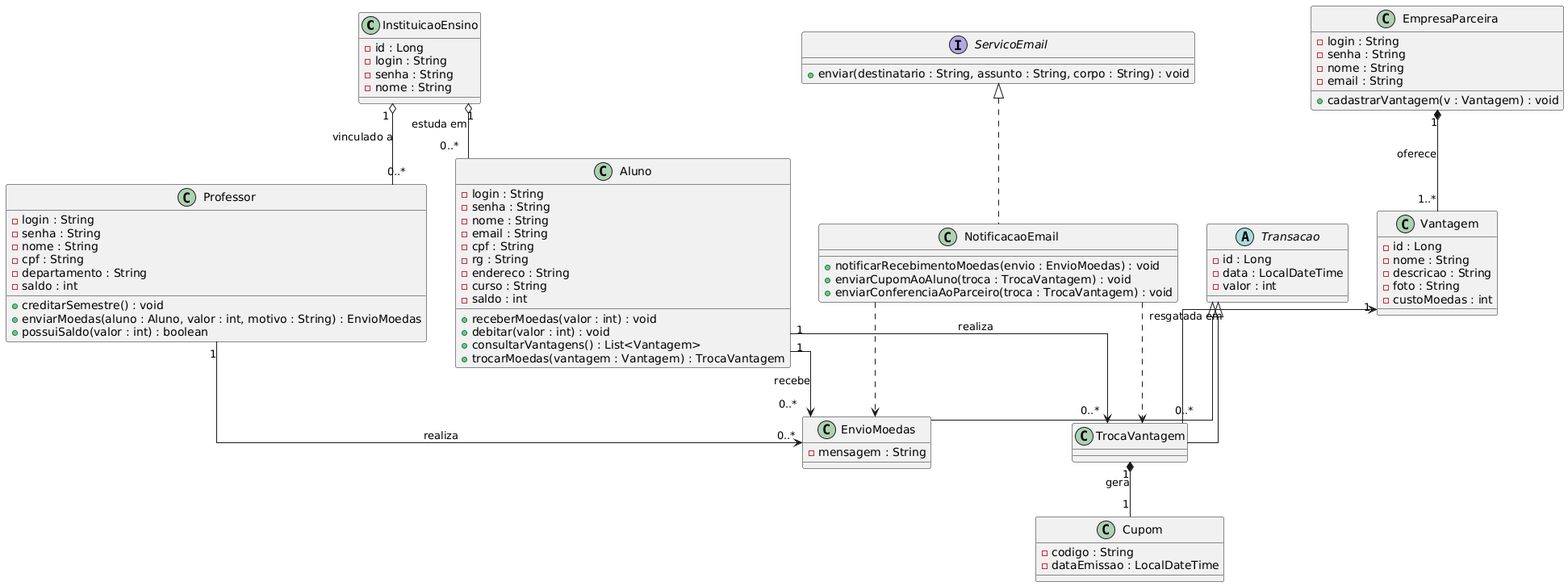
Earlier version of the PlantUML export docs/diagrama_de_classe.png (devglucas/Lab03S01---Moeda-Estudantil). Source of this version:
```plantuml
@startuml
skinparam linetype ortho

class InstituicaoEnsino {
  - id : Long
  - login : String
  - senha : String
  - nome : String
}

class Professor {
  - login : String
  - senha : String
  - nome : String
  - cpf : String
  - departamento : String
  - saldo : int
  + creditarSemestre() : void
  + enviarMoedas(aluno : Aluno, valor : int, motivo : String) : EnvioMoedas
  + possuiSaldo(valor : int) : boolean
}

class Aluno {
  - login : String
  - senha : String
  - nome : String
  - email : String
  - cpf : String
  - rg : String
  - endereco : String
  - curso : String
  - saldo : int
  + receberMoedas(valor : int) : void
  + debitar(valor : int) : void
  + consultarVantagens() : List<Vantagem>
  + trocarMoedas(vantagem : Vantagem) : TrocaVantagem
}

class EmpresaParceira {
  - login : String
  - senha : String
  - nome : String
  - email : String
  + cadastrarVantagem(v : Vantagem) : void
}

class Vantagem {
  - id : Long
  - nome : String
  - descricao : String
  - foto : String
  - custoMoedas : int
}

abstract class Transacao {
  - id : Long
  - data : LocalDateTime
  - valor : int
}

class EnvioMoedas {
  - mensagem : String
}

class TrocaVantagem {
}

class Cupom {
  - codigo : String
  - dataEmissao : LocalDateTime
}

interface ServicoEmail {
  + enviar(destinatario : String, assunto : String, corpo : String) : void
}

class NotificacaoEmail {
  + notificarRecebimentoMoedas(envio : EnvioMoedas) : void
  + enviarCupomAoAluno(troca : TrocaVantagem) : void
  + enviarConferenciaAoParceiro(troca : TrocaVantagem) : void
}

InstituicaoEnsino "1" o-- "0..*" Professor : vinculado a
InstituicaoEnsino "1" o-- "0..*" Aluno : estuda em

EmpresaParceira "1" *-- "1..*" Vantagem : oferece

Transacao <|-- EnvioMoedas
Transacao <|-- TrocaVantagem

Professor "1" --> "0..*" EnvioMoedas : realiza
Aluno "1" --> "0..*" EnvioMoedas : recebe

Aluno "1" --> "0..*" TrocaVantagem : realiza
Vantagem "1" <-- "0..*" TrocaVantagem : resgatada em
TrocaVantagem "1" *-- "1" Cupom : gera

ServicoEmail <|.. NotificacaoEmail
NotificacaoEmail ..> EnvioMoedas
NotificacaoEmail ..> TrocaVantagem
@enduml
```
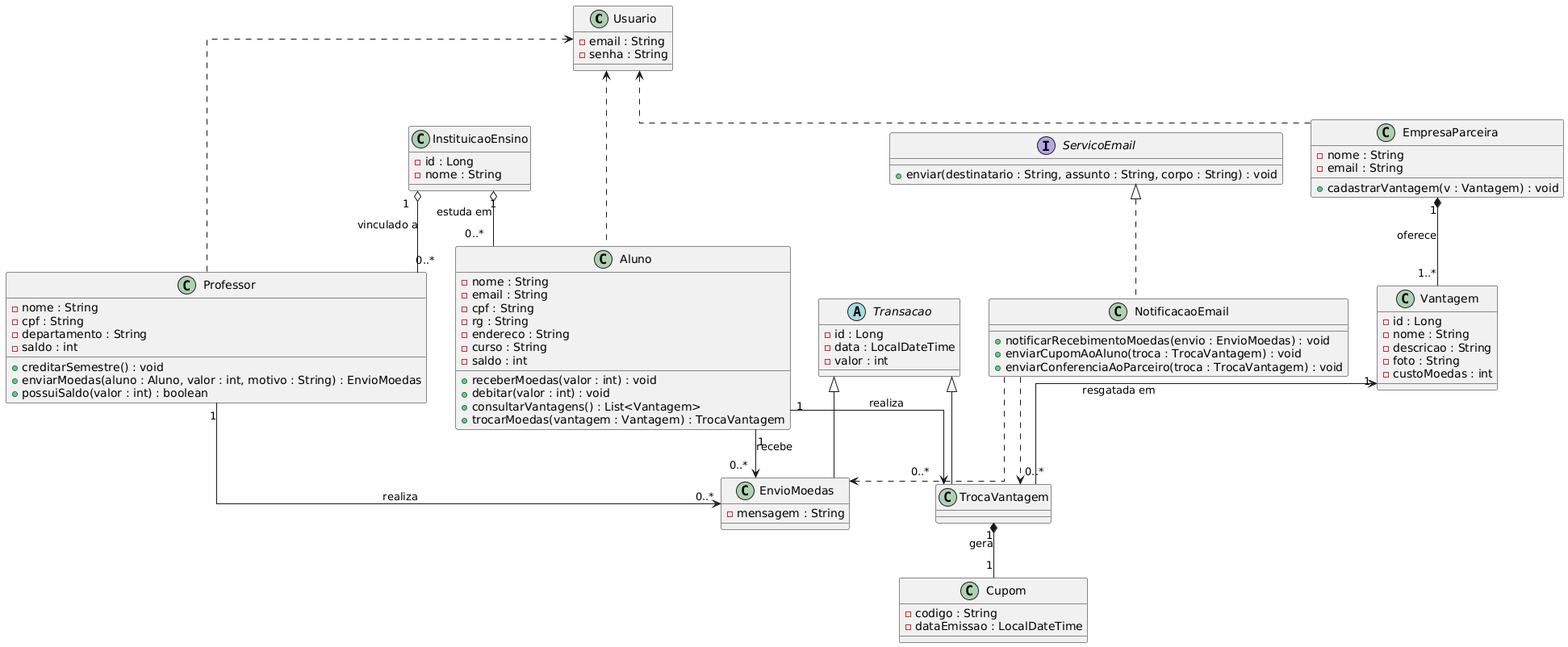
Later version of the same file.

Commit message:
feat: mudanca no diagrama de classe, aluno professor e empresas heram de usuario compartinhando logicas de login

Change to the diagram source:
```diff
@@ -1,16 +1,16 @@
 @startuml
 skinparam linetype ortho
 
+class Usuario {
+  - email : String
+  - senha : String
+}
 class InstituicaoEnsino {
   - id : Long
-  - login : String
-  - senha : String
   - nome : String
 }
 
 class Professor {
-  - login : String
-  - senha : String
   - nome : String
   - cpf : String
   - departamento : String
@@ -21,8 +21,6 @@
 }
 
 class Aluno {
-  - login : String
-  - senha : String
   - nome : String
   - email : String
   - cpf : String
@@ -37,8 +35,6 @@
 }
 
 class EmpresaParceira {
-  - login : String
-  - senha : String
   - nome : String
   - email : String
   + cadastrarVantagem(v : Vantagem) : void
@@ -80,6 +76,10 @@
   + enviarConferenciaAoParceiro(troca : TrocaVantagem) : void
 }
 
+Usuario <.. Aluno
+Usuario <.. Professor
+Usuario <.. EmpresaParceira
+
 InstituicaoEnsino "1" o-- "0..*" Professor : vinculado a
 InstituicaoEnsino "1" o-- "0..*" Aluno : estuda em
 
```
